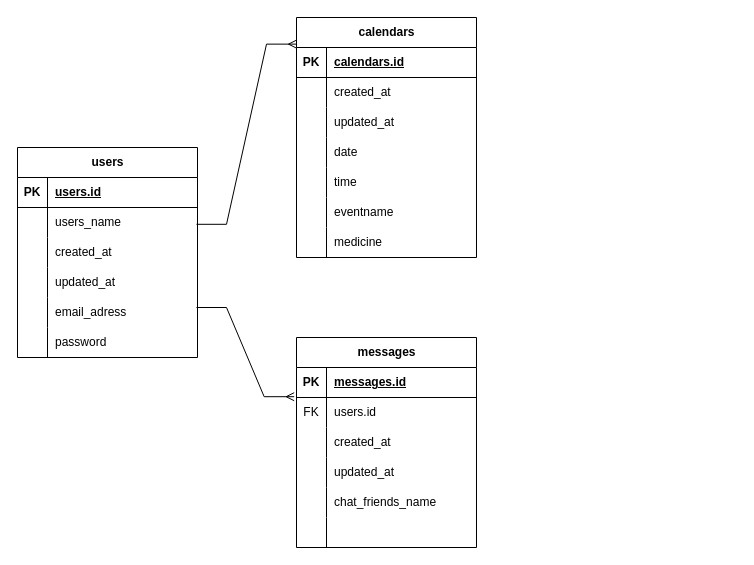
Above: ER図 .drawio in ht19ssts/- (draw.io), before the change. Source tidied: cells renumbered, new cells numbered last; positions are measured from the earlier drawing's top-left corner, leaving out a move shared by most shapes. Both pictures are drawn from the tidied source at 100%, with x=0, y=0 at pixel (17, 17).
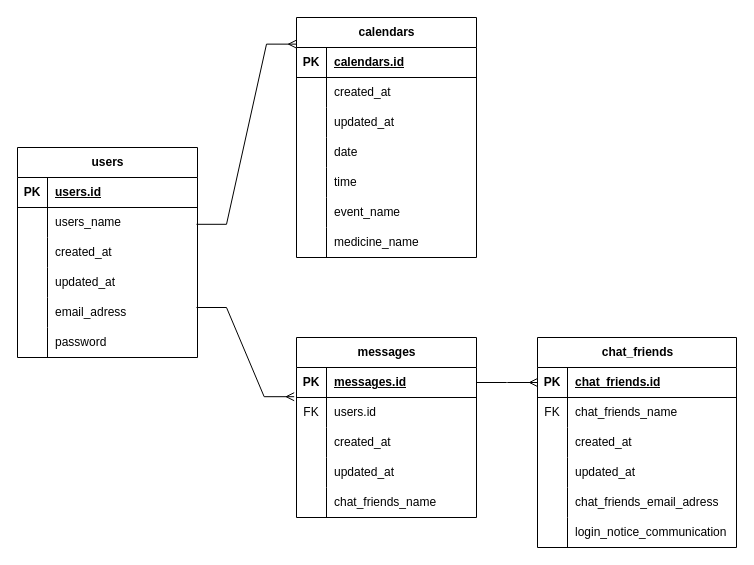
After the change.

Commit message:
ER図 .drawio を更新します

Unchanged cells that the change refers to:
```xml
<mxCell id="23" style="shape=tableRow;horizontal=0;startSize=0;swimlaneHead=0;swimlaneBody=0;fillColor=none;points=[[0,0.5],[1,0.5]];portConstraint=eastwest;top=0;left=0;right=0;bottom=1;" parent="22" vertex="1">
  <mxGeometry y="30" width="180" height="30" as="geometry" />
</mxCell>
<mxCell id="57" style="shape=tableRow;horizontal=0;startSize=0;swimlaneHead=0;swimlaneBody=0;fillColor=none;top=0;left=0;right=0;bottom=0;" parent="41" vertex="1">
  <mxGeometry y="180" width="180" height="30" as="geometry" />
</mxCell>
<mxCell id="60" style="shape=tableRow;horizontal=0;startSize=0;swimlaneHead=0;swimlaneBody=0;fillColor=none;top=0;left=0;right=0;bottom=0;" parent="41" vertex="1">
  <mxGeometry y="210" width="180" height="30" as="geometry" />
</mxCell>
```

What changed in the source:
```diff
@@
     <mxCell id="22" value="messages" style="shape=table;startSize=30;childLayout=tableLayout;rowLines=0;fontStyle=1;align=center;html=1;" parent="1" vertex="1">
-      <mxGeometry x="279" y="320" width="180" height="210" as="geometry" />
+      <mxGeometry x="279" y="320" width="180" height="180" as="geometry" />
     </mxCell>
@@
-    <mxCell id="38" style="shape=tableRow;horizontal=0;startSize=0;swimlaneHead=0;swimlaneBody=0;fillColor=none;top=0;left=0;right=0;bottom=0;" parent="22" vertex="1">
-      <mxGeometry y="180" width="180" height="30" as="geometry" />
-    </mxCell>
-    <mxCell id="39" style="shape=partialRectangle;fillColor=none;top=0;left=0;bottom=0;right=0;overflow=hidden;whiteSpace=wrap;html=1;" parent="38" vertex="1">
-      <mxGeometry width="30" height="30" as="geometry" />
-    </mxCell>
-    <mxCell id="40" style="shape=partialRectangle;fillColor=none;top=0;left=0;bottom=0;right=0;align=left;spacingLeft=6;overflow=hidden;whiteSpace=wrap;html=1;" parent="38" vertex="1">
-      <mxGeometry x="30" width="150" height="30" as="geometry" />
-    </mxCell>
@@
-    <mxCell id="59" value="eventname&lt;br&gt;" style="shape=partialRectangle;fillColor=none;top=0;left=0;bottom=0;right=0;align=left;spacingLeft=6;overflow=hidden;whiteSpace=wrap;html=1;" parent="57" vertex="1">
+    <mxCell id="59" value="event_name" style="shape=partialRectangle;fillColor=none;top=0;left=0;bottom=0;right=0;align=left;spacingLeft=6;overflow=hidden;whiteSpace=wrap;html=1;" parent="57" vertex="1">
       <mxGeometry x="30" width="150" height="30" as="geometry" />
     </mxCell>
@@
-    <mxCell id="62" value="medicine" style="shape=partialRectangle;fillColor=none;top=0;left=0;bottom=0;right=0;align=left;spacingLeft=6;overflow=hidden;whiteSpace=wrap;html=1;" parent="60" vertex="1">
+    <mxCell id="62" value="medicine_name" style="shape=partialRectangle;fillColor=none;top=0;left=0;bottom=0;right=0;align=left;spacingLeft=6;overflow=hidden;whiteSpace=wrap;html=1;" parent="60" vertex="1">
       <mxGeometry x="30" width="150" height="30" as="geometry" />
     </mxCell>
@@
+    <mxCell id="65" value="chat_friends" style="shape=table;startSize=30;childLayout=tableLayout;rowLines=0;fontStyle=1;align=center;html=1;" parent="1" vertex="1">
+      <mxGeometry x="520" y="320" width="199" height="210" as="geometry" />
+    </mxCell>
+    <mxCell id="66" style="shape=tableRow;horizontal=0;startSize=0;swimlaneHead=0;swimlaneBody=0;fillColor=none;points=[[0,0.5],[1,0.5]];portConstraint=eastwest;top=0;left=0;right=0;bottom=1;" parent="65" vertex="1">
+      <mxGeometry y="30" width="199" height="30" as="geometry" />
+    </mxCell>
+    <mxCell id="67" value="PK" style="shape=partialRectangle;fillColor=none;top=0;left=0;bottom=0;right=0;fontStyle=1;overflow=hidden;whiteSpace=wrap;html=1;" parent="66" vertex="1">
+      <mxGeometry width="30" height="30" as="geometry" />
+    </mxCell>
+    <mxCell id="68" value="chat_friends.id" style="shape=partialRectangle;fillColor=none;top=0;left=0;bottom=0;right=0;align=left;spacingLeft=6;fontStyle=5;overflow=hidden;whiteSpace=wrap;html=1;" parent="66" vertex="1">
+      <mxGeometry x="30" width="169" height="30" as="geometry" />
+    </mxCell>
+    <mxCell id="69" style="shape=tableRow;horizontal=0;startSize=0;swimlaneHead=0;swimlaneBody=0;fillColor=none;top=0;left=0;right=0;bottom=0;" parent="65" vertex="1">
+      <mxGeometry y="60" width="199" height="30" as="geometry" />
+    </mxCell>
+    <mxCell id="70" value="FK" style="shape=partialRectangle;fillColor=none;top=0;left=0;bottom=0;right=0;overflow=hidden;whiteSpace=wrap;html=1;" parent="69" vertex="1">
+      <mxGeometry width="30" height="30" as="geometry" />
+    </mxCell>
+    <mxCell id="71" value="chat_friends_name" style="shape=partialRectangle;fillColor=none;top=0;left=0;bottom=0;right=0;align=left;spacingLeft=6;overflow=hidden;whiteSpace=wrap;html=1;" parent="69" vertex="1">
+      <mxGeometry x="30" width="169" height="30" as="geometry" />
+    </mxCell>
+    <mxCell id="72" style="shape=tableRow;horizontal=0;startSize=0;swimlaneHead=0;swimlaneBody=0;fillColor=none;top=0;left=0;right=0;bottom=0;" parent="65" vertex="1">
+      <mxGeometry y="90" width="199" height="30" as="geometry" />
+    </mxCell>
+    <mxCell id="73" style="shape=partialRectangle;fillColor=none;top=0;left=0;bottom=0;right=0;overflow=hidden;whiteSpace=wrap;html=1;" parent="72" vertex="1">
+      <mxGeometry width="30" height="30" as="geometry" />
+    </mxCell>
+    <mxCell id="74" value="created_at" style="shape=partialRectangle;fillColor=none;top=0;left=0;bottom=0;right=0;align=left;spacingLeft=6;overflow=hidden;whiteSpace=wrap;html=1;" parent="72" vertex="1">
+      <mxGeometry x="30" width="169" height="30" as="geometry" />
+    </mxCell>
+    <mxCell id="75" style="shape=tableRow;horizontal=0;startSize=0;swimlaneHead=0;swimlaneBody=0;fillColor=none;top=0;left=0;right=0;bottom=0;" parent="65" vertex="1">
+      <mxGeometry y="120" width="199" height="30" as="geometry" />
+    </mxCell>
+    <mxCell id="76" style="shape=partialRectangle;fillColor=none;top=0;left=0;bottom=0;right=0;overflow=hidden;whiteSpace=wrap;html=1;" parent="75" vertex="1">
+      <mxGeometry width="30" height="30" as="geometry" />
+    </mxCell>
+    <mxCell id="77" value="updated_at" style="shape=partialRectangle;fillColor=none;top=0;left=0;bottom=0;right=0;align=left;spacingLeft=6;overflow=hidden;whiteSpace=wrap;html=1;" parent="75" vertex="1">
+      <mxGeometry x="30" width="169" height="30" as="geometry" />
+    </mxCell>
+    <mxCell id="78" style="shape=tableRow;horizontal=0;startSize=0;swimlaneHead=0;swimlaneBody=0;fillColor=none;top=0;left=0;right=0;bottom=0;" parent="65" vertex="1">
+      <mxGeometry y="150" width="199" height="30" as="geometry" />
+    </mxCell>
+    <mxCell id="79" style="shape=partialRectangle;fillColor=none;top=0;left=0;bottom=0;right=0;overflow=hidden;whiteSpace=wrap;html=1;" parent="78" vertex="1">
+      <mxGeometry width="30" height="30" as="geometry" />
+    </mxCell>
+    <mxCell id="80" value="chat_friends_email_adress" style="shape=partialRectangle;fillColor=none;top=0;left=0;bottom=0;right=0;align=left;spacingLeft=6;overflow=hidden;whiteSpace=wrap;html=1;" parent="78" vertex="1">
+      <mxGeometry x="30" width="169" height="30" as="geometry" />
+    </mxCell>
+    <mxCell id="81" style="shape=tableRow;horizontal=0;startSize=0;swimlaneHead=0;swimlaneBody=0;fillColor=none;top=0;left=0;right=0;bottom=0;" parent="65" vertex="1">
+      <mxGeometry y="180" width="199" height="30" as="geometry" />
+    </mxCell>
+    <mxCell id="82" style="shape=partialRectangle;fillColor=none;top=0;left=0;bottom=0;right=0;overflow=hidden;whiteSpace=wrap;html=1;" parent="81" vertex="1">
+      <mxGeometry width="30" height="30" as="geometry" />
+    </mxCell>
+    <mxCell id="83" value="login_notice_communication" style="shape=partialRectangle;fillColor=none;top=0;left=0;bottom=0;right=0;align=left;spacingLeft=6;overflow=hidden;whiteSpace=wrap;html=1;" parent="81" vertex="1">
+      <mxGeometry x="30" width="169" height="30" as="geometry" />
+    </mxCell>
+    <mxCell id="84" style="edgeStyle=entityRelationEdgeStyle;fontSize=12;html=1;endArrow=ERmany;rounded=0;exitX=1;exitY=0.5;exitDx=0;exitDy=0;entryX=0;entryY=0.5;entryDx=0;entryDy=0;" parent="1" edge="1" source="23" target="66">
+      <mxGeometry relative="1" as="geometry">
+        <Array as="points">
+          <mxPoint x="469" y="370" />
+          <mxPoint x="479" y="360" />
+          <mxPoint x="589" y="280" />
+          <mxPoint x="489" y="350" />
+          <mxPoint x="519" y="320" />
+        </Array>
+      </mxGeometry>
+    </mxCell>
```
